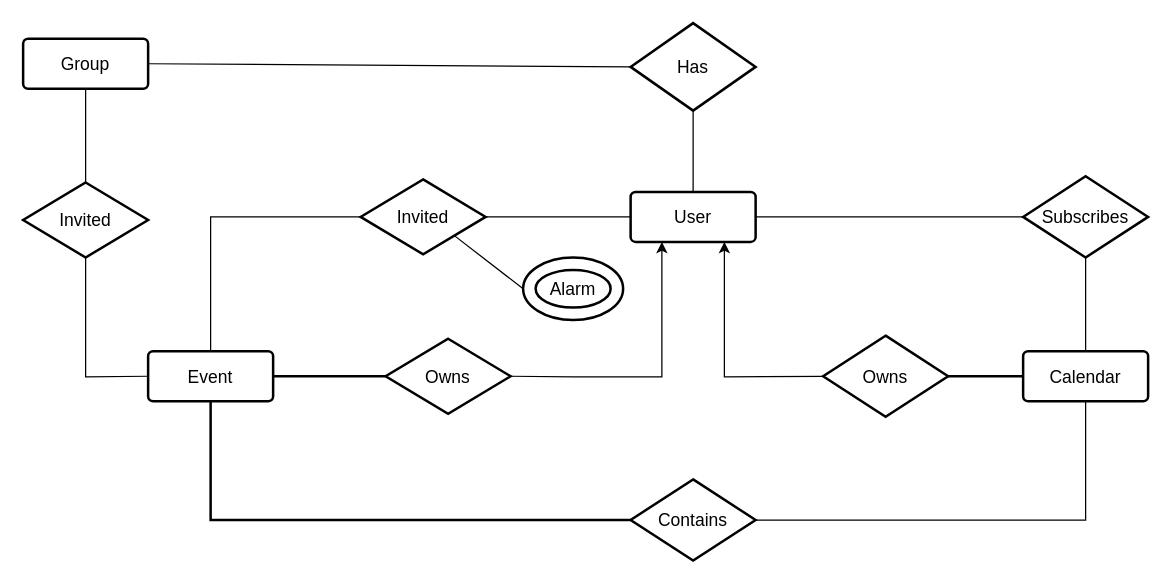
iLostMyEyes/comp3311-ass1 keeps this draw.io diagram as ER.drawio. Above is the earlier version. Source tidied: cells renumbered, new cells numbered last; positions are measured from the earlier drawing's top-left corner, leaving out a move shared by most shapes. Both pictures are drawn from the tidied source at 125%, with x=0, y=0 at pixel (22, 22).
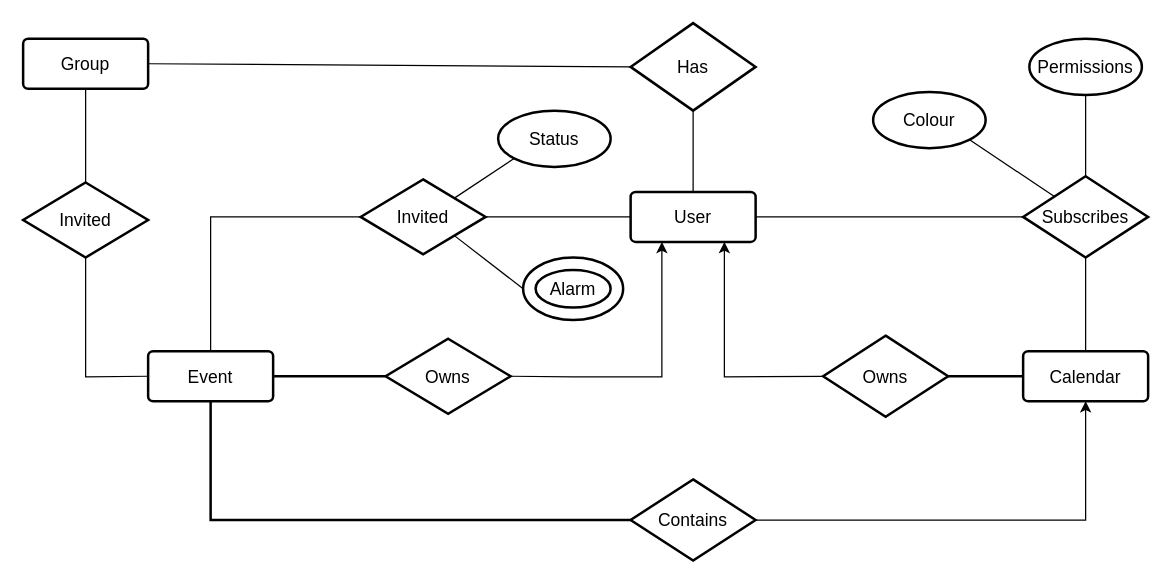
The same page after the edit.

Unchanged cells that the change refers to:
```xml
<mxCell id="8" value="Calendar" style="strokeWidth=2;rounded=1;arcSize=10;whiteSpace=wrap;html=1;align=center;fontSize=14;" parent="1" vertex="1">
  <mxGeometry x="800" y="262.5" width="100" height="40" as="geometry" />
</mxCell>
<mxCell id="16" value="Subscribes" style="shape=rhombus;strokeWidth=2;fontSize=17;perimeter=rhombusPerimeter;whiteSpace=wrap;html=1;align=center;fontSize=14;" parent="1" vertex="1">
  <mxGeometry x="800" y="122.5" width="100" height="65" as="geometry" />
</mxCell>
<mxCell id="18" value="Invited" style="shape=rhombus;strokeWidth=2;fontSize=17;perimeter=rhombusPerimeter;whiteSpace=wrap;html=1;align=center;fontSize=14;" parent="1" vertex="1">
  <mxGeometry x="270" y="125" width="100" height="60" as="geometry" />
</mxCell>
<mxCell id="25" value="Contains" style="shape=rhombus;strokeWidth=2;fontSize=17;perimeter=rhombusPerimeter;whiteSpace=wrap;html=1;align=center;fontSize=14;" parent="1" vertex="1">
  <mxGeometry x="486" y="365" width="100" height="65" as="geometry" />
</mxCell>
```

Change to the diagram source:
```diff
@@
-    <mxCell id="7" style="edgeStyle=orthogonalEdgeStyle;rounded=0;jettySize=auto;html=1;exitX=0.5;exitY=1;exitDx=0;exitDy=0;entryX=1;entryY=0.5;entryDx=0;entryDy=0;endArrow=none;endFill=0;" parent="1" edge="1" source="8" target="25">
+    <mxCell id="7" style="edgeStyle=orthogonalEdgeStyle;rounded=0;jettySize=auto;html=1;exitX=0.5;exitY=1;exitDx=0;exitDy=0;entryX=1;entryY=0.5;entryDx=0;entryDy=0;endArrow=none;endFill=0;startArrow=classic;startFill=1;" parent="1" edge="1" source="8" target="25">
       <mxGeometry relative="1" as="geometry" />
     </mxCell>
@@
+    <mxCell id="29" style="edgeStyle=none;rounded=0;jettySize=auto;html=1;exitX=1;exitY=0;exitDx=0;exitDy=0;entryX=0;entryY=1;entryDx=0;entryDy=0;startArrow=none;startFill=0;endArrow=none;endFill=0;fontSize=14;" parent="1" edge="1" source="18" target="34">
+      <mxGeometry relative="1" as="geometry" />
+    </mxCell>
@@
+    <mxCell id="30" style="edgeStyle=none;rounded=0;jettySize=auto;html=1;exitX=0.5;exitY=1;exitDx=0;exitDy=0;entryX=0.5;entryY=0;entryDx=0;entryDy=0;startArrow=none;startFill=0;endArrow=none;endFill=0;fontSize=14;" parent="1" edge="1" source="31" target="16">
+      <mxGeometry relative="1" as="geometry" />
+    </mxCell>
+    <mxCell id="31" value="Permissions" style="ellipse;whiteSpace=wrap;html=1;strokeWidth=2;fontSize=14;" parent="1" vertex="1">
+      <mxGeometry x="805" y="12.5" width="90" height="45" as="geometry" />
+    </mxCell>
+    <mxCell id="32" style="edgeStyle=none;rounded=0;jettySize=auto;html=1;exitX=1;exitY=1;exitDx=0;exitDy=0;entryX=0;entryY=0;entryDx=0;entryDy=0;startArrow=none;startFill=0;endArrow=none;endFill=0;fontSize=14;" parent="1" edge="1" source="33" target="16">
+      <mxGeometry relative="1" as="geometry" />
+    </mxCell>
+    <mxCell id="33" value="Colour" style="ellipse;whiteSpace=wrap;html=1;strokeWidth=2;fontSize=14;" parent="1" vertex="1">
+      <mxGeometry x="680" y="55" width="90" height="45" as="geometry" />
+    </mxCell>
+    <mxCell id="34" value="Status" style="ellipse;whiteSpace=wrap;html=1;strokeWidth=2;fontSize=14;" parent="1" vertex="1">
+      <mxGeometry x="380" y="70" width="90" height="45" as="geometry" />
+    </mxCell>
```
